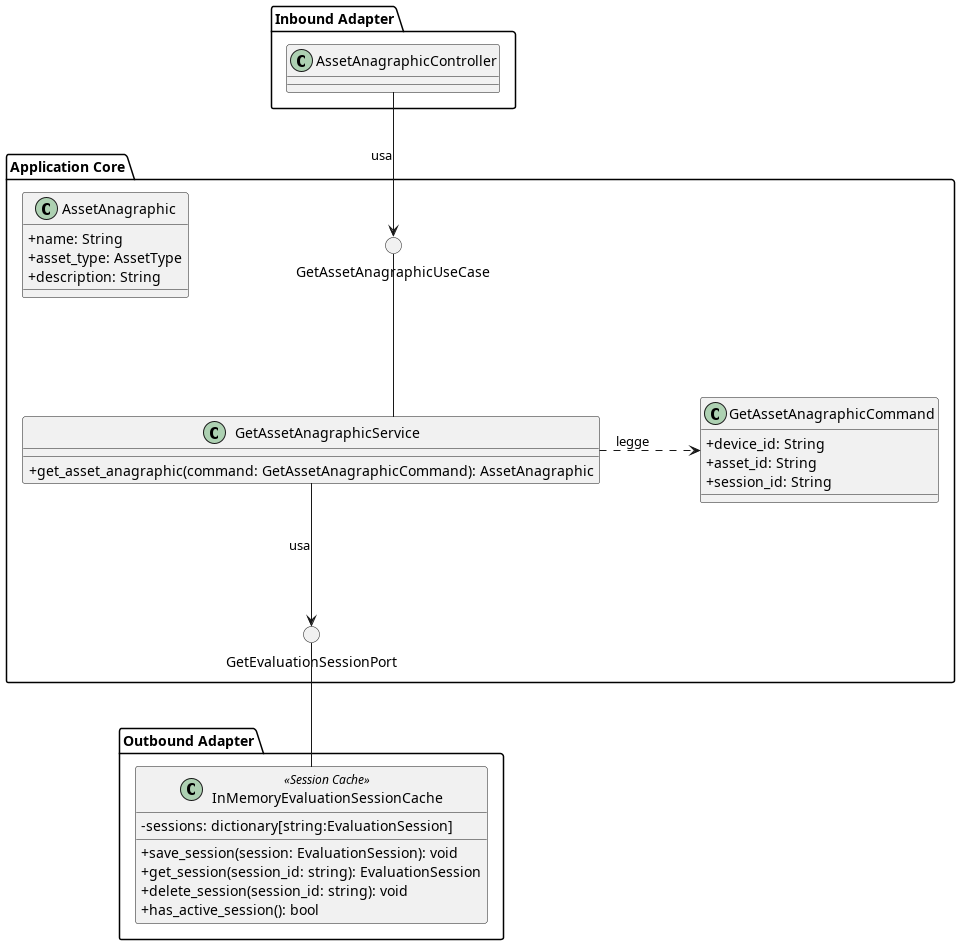
This is src/PB/DocumentazioneEsterna/Specifica_Tecnica/content/05-diagrammi-classi/uml/png/GetAssetAnagraphic/GetAssetAnagraphic.png from GroupRubberDuck/Documentazione, a PlantUML export, as it was before one commit.
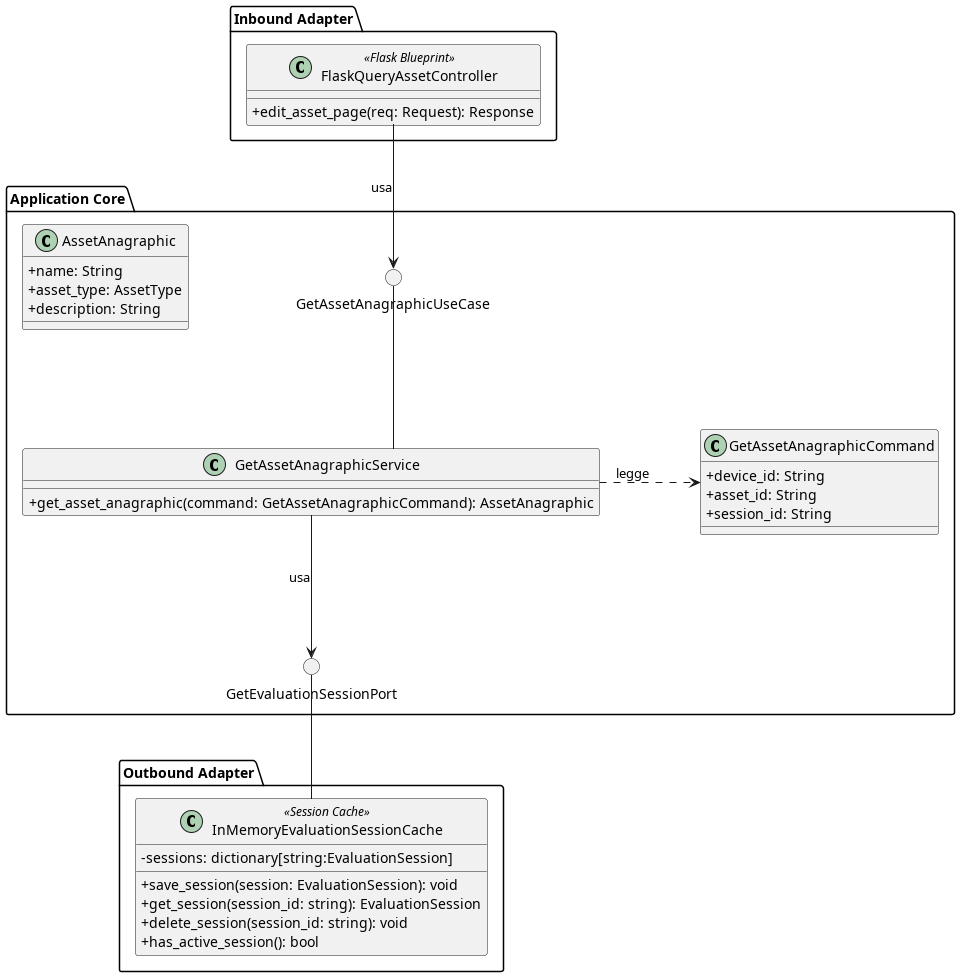
After the commit.

What changed in the source:
```diff
@@ -5,7 +5,7 @@
 skinparam classAttributeIconSize 0
 
 package "Inbound Adapter" {
-    class AssetAnagraphicController{}
+    !include InboundAdapters/FlaskQueryAssetController.puml
 }
 
 package "Application Core" {
@@ -35,7 +35,7 @@
     }
 }
 
-AssetAnagraphicController --> GetAssetAnagraphicUseCase : usa
+FlaskQueryAssetController --> GetAssetAnagraphicUseCase : usa
 InMemoryEvaluationSessionCache -up- GetEvaluationSessionPort
 
 @enduml
```
